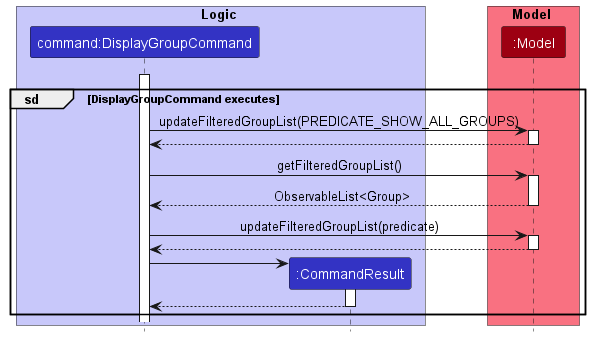
nus-cs2103-AY2223S1/tp keeps this PlantUML diagram as docs/images/DisplayGroupCommandExecutesSequenceDiagram.png. Above is the earlier version. The source it was exported from:
```plantuml
@startuml
!include style.puml

box Logic LOGIC_COLOR_T1
participant "command:DisplayGroupCommand" as DisplayGroupCommand LOGIC_COLOR
participant ":CommandResult" as CommandResult LOGIC_COLOR
end box

box Model MODEL_COLOR_T1
participant ":Model" as Model MODEL_COLOR
end box

DisplayGroupCommand -[hidden]-> Model
activate DisplayGroupCommand

group sd [DisplayGroupCommand executes]
DisplayGroupCommand -> Model : updateFilteredGroupList(PREDICATE_SHOW_ALL_GROUPS)
activate Model
return

DisplayGroupCommand -> Model : getFilteredGroupList()
activate Model
return ObservableList<Group>

DisplayGroupCommand -> Model : updateFilteredGroupList(predicate)
activate Model
return

create CommandResult
DisplayGroupCommand -> CommandResult
activate CommandResult

CommandResult --> DisplayGroupCommand
deactivate CommandResult
end

@enduml
```
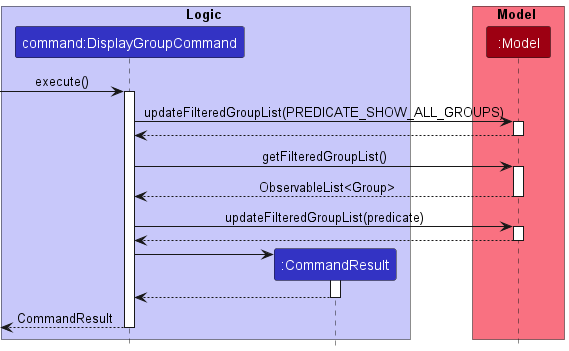
The same diagram one commit later.

Commit message:
Edit sequence diagrams for all implemented features

Diff of the diagram source:
```diff
@@ -10,10 +10,9 @@
 participant ":Model" as Model MODEL_COLOR
 end box
 
-DisplayGroupCommand -[hidden]-> Model
+[-> DisplayGroupCommand: execute()
 activate DisplayGroupCommand
 
-group sd [DisplayGroupCommand executes]
 DisplayGroupCommand -> Model : updateFilteredGroupList(PREDICATE_SHOW_ALL_GROUPS)
 activate Model
 return
@@ -32,6 +31,8 @@
 
 CommandResult --> DisplayGroupCommand
 deactivate CommandResult
-end
+
+[<-- DisplayGroupCommand: CommandResult
+deactivate DisplayGroupCommand
 
 @enduml
```
